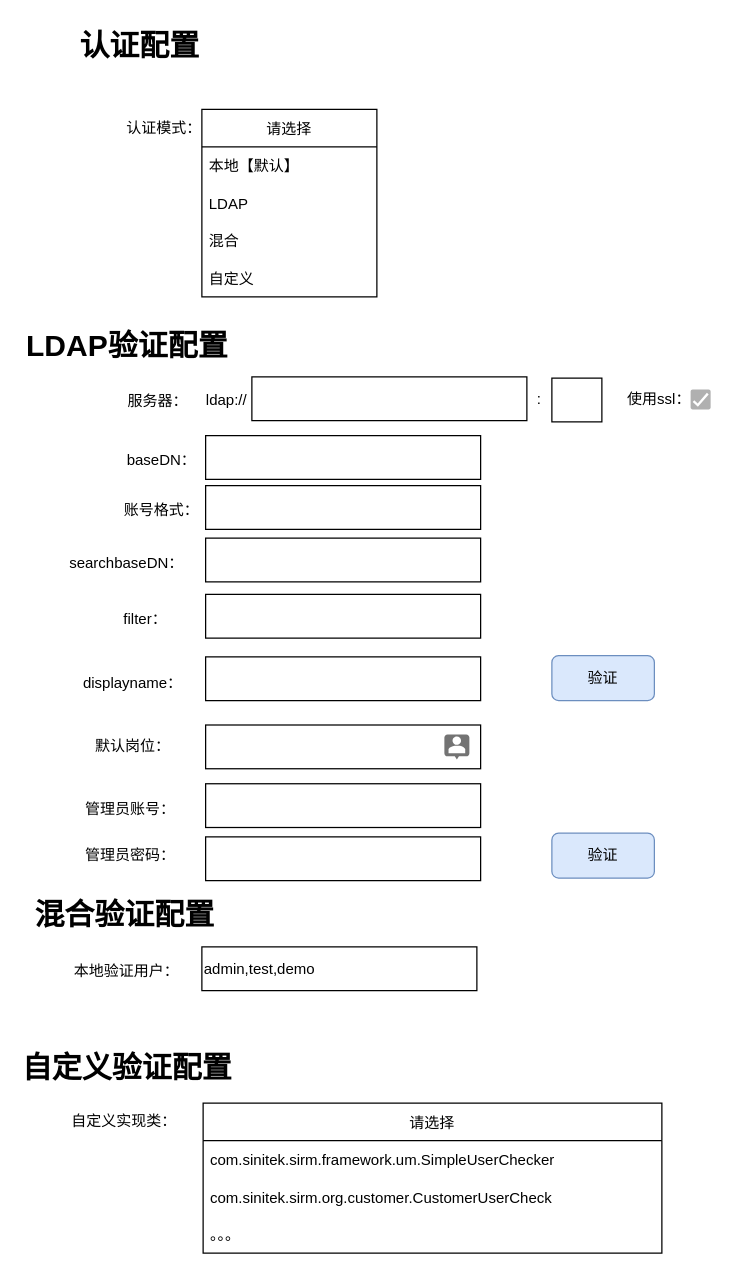
The draw.io diagram logon_setting.drawio in HFfay/diagrams, before the edit. Source tidied: cells renumbered, new cells numbered last; positions are measured from the earlier drawing's top-left corner, leaving out a move shared by most shapes. Both pictures are drawn from the tidied source at 125%, with x=0, y=0 at pixel (55, 21).
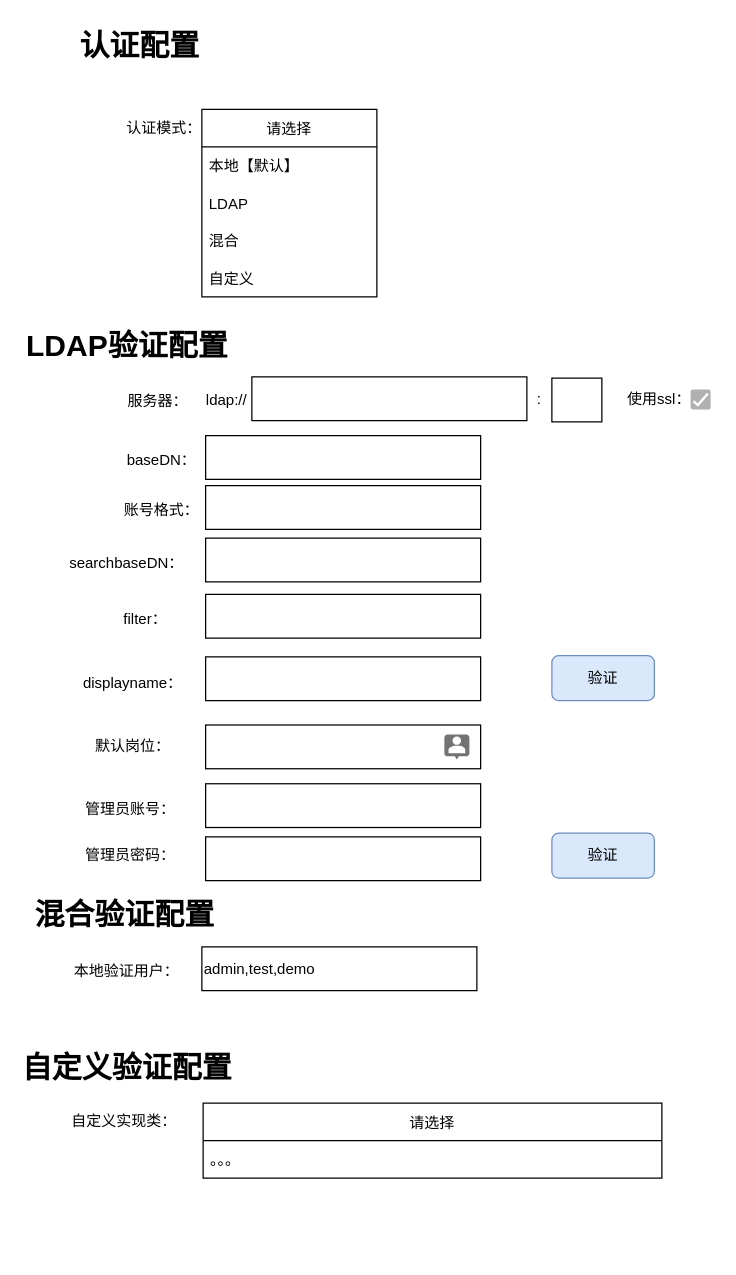
Above is the later version.

Change to the diagram source:
```diff
@@
     <mxCell id="33" value="请选择" style="swimlane;fontStyle=0;horizontal=1;startSize=30;" parent="1" vertex="1">
-      <mxGeometry x="118" y="865" width="367" height="120" as="geometry" />
+      <mxGeometry x="118" y="865" width="367" height="60" as="geometry" />
     </mxCell>
-    <mxCell id="34" value="com.sinitek.sirm.framework.um.SimpleUserChecker" style="text;strokeColor=none;fillColor=none;align=left;verticalAlign=middle;spacingLeft=4;spacingRight=4;overflow=hidden;" parent="33" vertex="1">
-      <mxGeometry y="30" width="367" height="30" as="geometry" />
-    </mxCell>
-    <mxCell id="35" value="com.sinitek.sirm.org.customer.CustomerUserCheck" style="text;strokeColor=none;fillColor=none;align=left;verticalAlign=middle;spacingLeft=4;spacingRight=4;overflow=hidden;" parent="33" vertex="1">
-      <mxGeometry y="60" width="367" height="30" as="geometry" />
-    </mxCell>
     <mxCell id="36" value="。。。" style="text;strokeColor=none;fillColor=none;align=left;verticalAlign=middle;spacingLeft=4;spacingRight=4;overflow=hidden;" parent="33" vertex="1">
-      <mxGeometry y="90" width="367" height="30" as="geometry" />
+      <mxGeometry y="30" width="367" height="30" as="geometry" />
     </mxCell>
```
